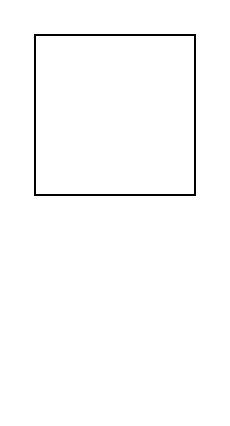
Skyler-bot-code/Realtime-Composition-Analyzer keeps this draw.io diagram as 未命名绘图.drawio. Above is the earlier version. Source tidied: cells renumbered, new cells numbered last; positions are measured from the earlier drawing's top-left corner, leaving out a move shared by most shapes. Both pictures are drawn from the tidied source at 200%, with x=0, y=0 at pixel (34, 34).
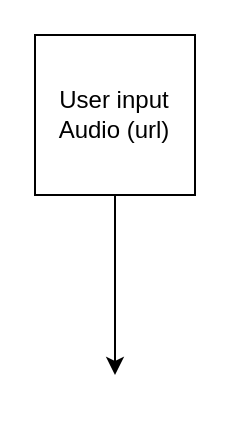
Above is the later version.

Commit message:
更新未命名绘图.drawio

The edit, as a diff of the source:
```diff
@@
 <mxGraphModel>
   <root>
     <mxCell id="0" />
     <mxCell id="1" parent="0" />
-    <mxCell id="2" style="whiteSpace=wrap;html=1;" parent="1" vertex="1">
+    <mxCell id="2" value="User input Audio (url)" style="whiteSpace=wrap;html=1;" parent="1" vertex="1">
       <mxGeometry width="80" height="80" as="geometry" />
     </mxCell>
+    <mxCell id="3" style="endArrow=classic;html=1;rounded=0;exitX=0.5;exitY=1;exitDx=0;exitDy=0;" parent="1" edge="1" source="2">
+      <mxGeometry relative="1" as="geometry">
+        <mxPoint x="40" y="170" as="targetPoint" />
+      </mxGeometry>
+    </mxCell>
   </root>
 </mxGraphModel>
```
